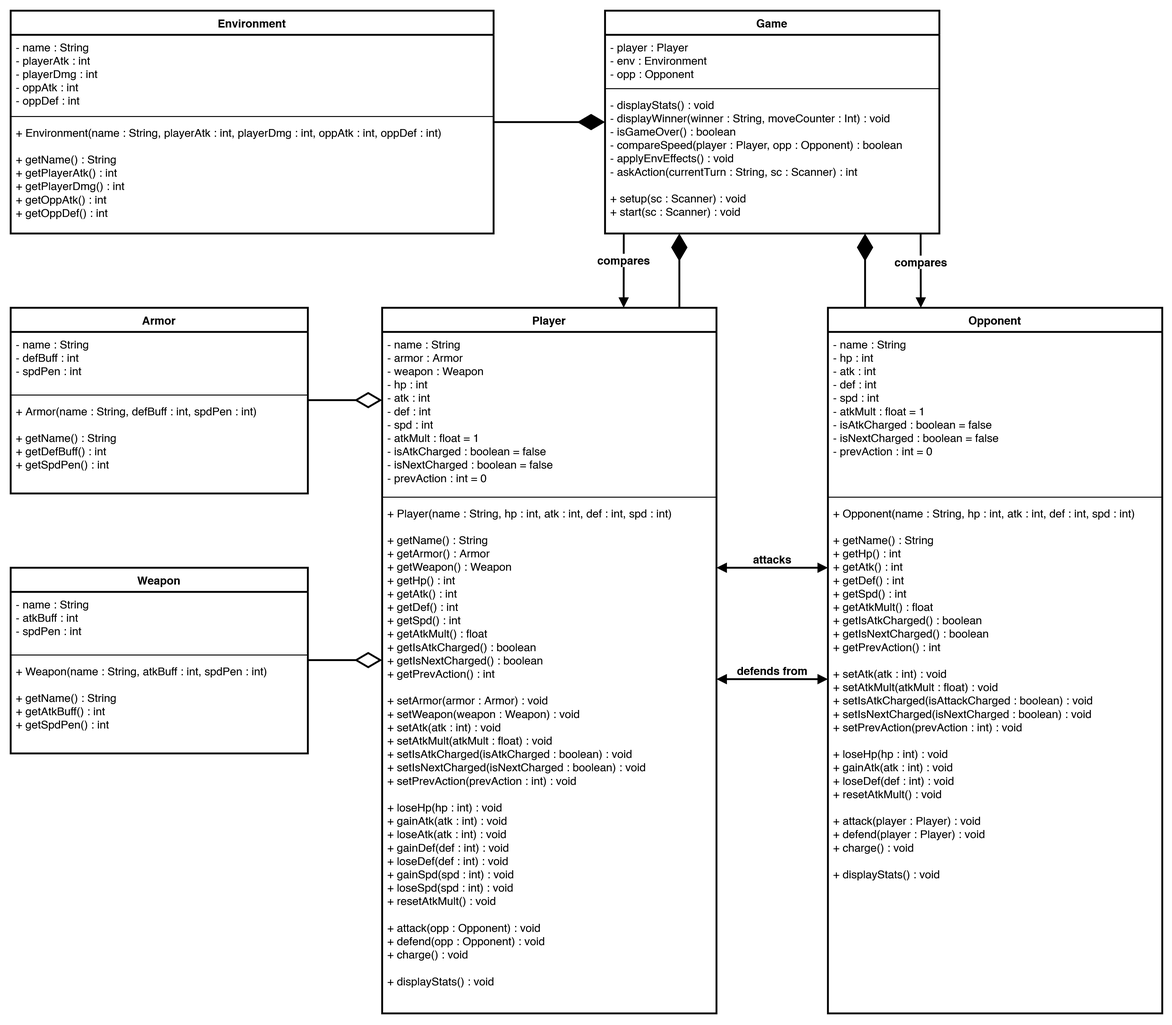
Before: DonguinesWarrior.png, a diagram exported from draw.io (jncdngs/CCPROG3_MCO). Source tidied: cells renumbered, new cells last; positions are measured from the earlier drawing's top-left corner, leaving out a move shared by most shapes.
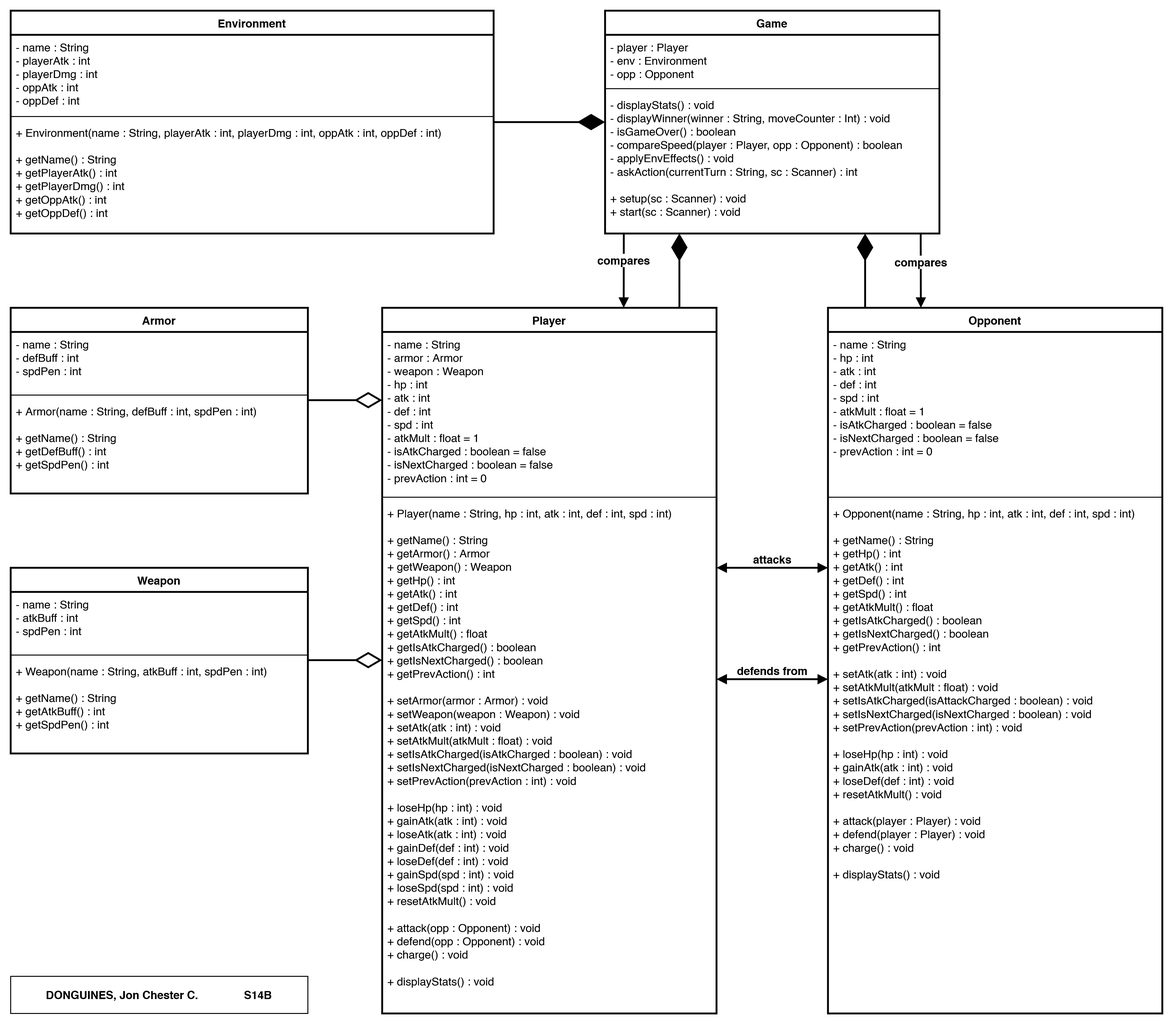
Above is the later version.

Commit message:
add name to uml diagram

Change to the diagram source:
```diff
@@ -145,5 +145,8 @@
         <mxPoint x="1" y="-10" as="offset" />
       </mxGeometry>
     </mxCell>
+    <mxCell id="39" value="&lt;div&gt;DONGUINES, Jon Chester C.&lt;span style=&quot;white-space: pre;&quot;&gt;&#9;&lt;/span&gt;&lt;span style=&quot;white-space: pre;&quot;&gt;&#9;&lt;/span&gt;S14B&lt;/div&gt;" style="rounded=0;whiteSpace=wrap;html=1;fillColor=none;fontStyle=1;" parent="1" vertex="1">
+      <mxGeometry y="1040" width="320" height="40" as="geometry" />
+    </mxCell>
   </root>
 </mxGraphModel>
```
